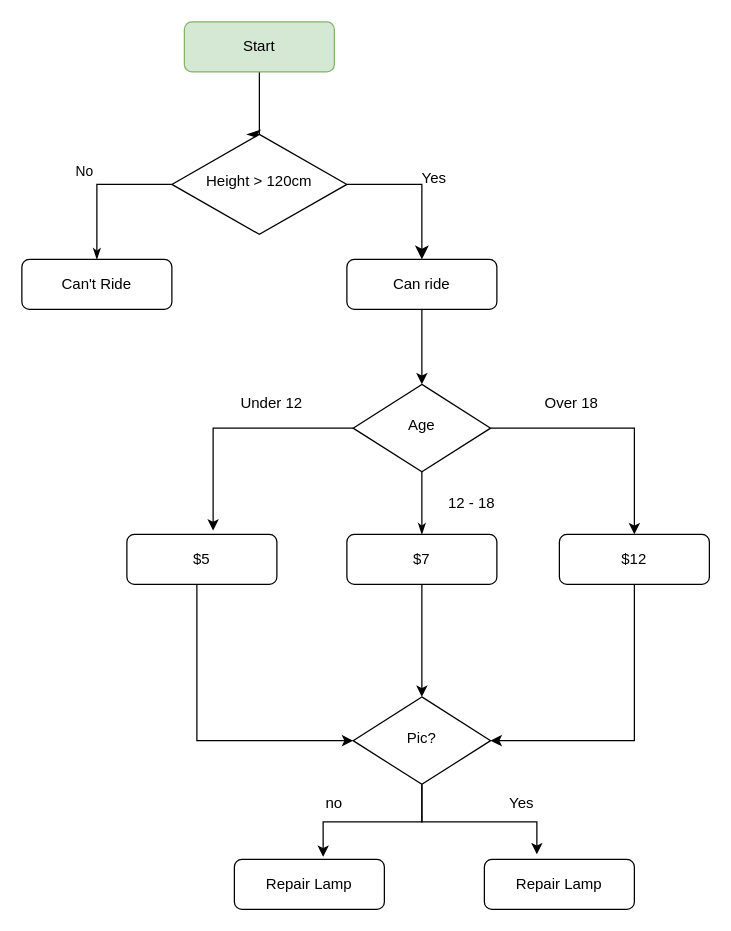
Earlier version of the draw.io diagram Documents/valor da montanha russa.drawio (AruGarcia/100DaysOfCode). Source tidied: cells renumbered, new cells numbered last; positions are measured from the earlier drawing's top-left corner, leaving out a move shared by most shapes. Both pictures are drawn from the tidied source at 125%, with x=0, y=0 at pixel (21, 21).
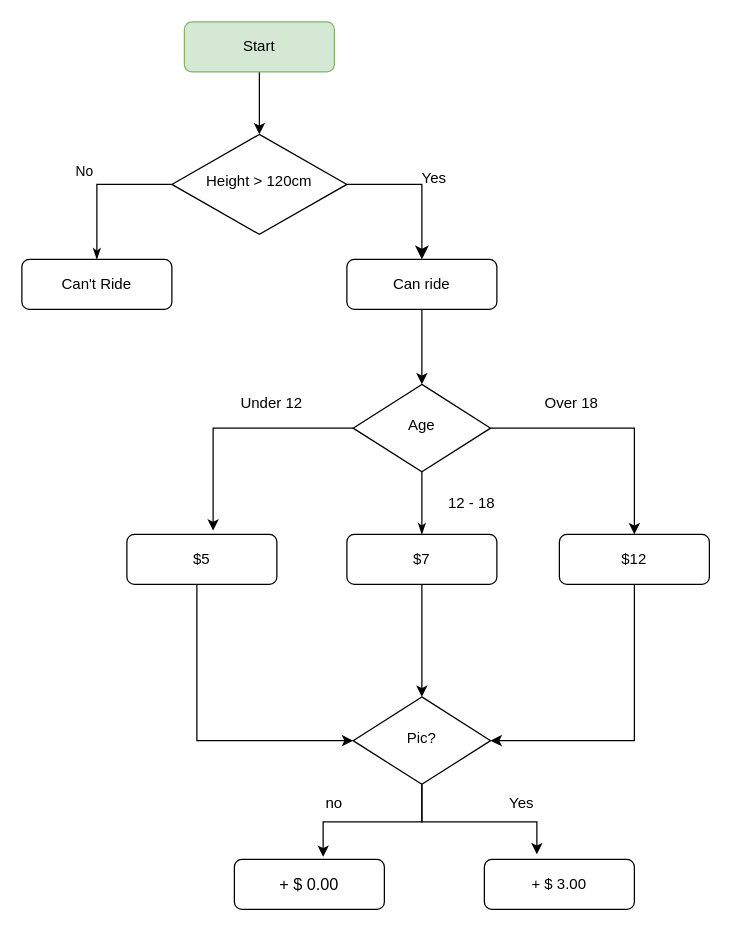
The same diagram, later.

Unchanged cells that the change refers to:
```xml
<mxCell id="3" value="Start" style="rounded=1;whiteSpace=wrap;html=1;fontSize=12;glass=0;strokeWidth=1;shadow=0;fillColor=#d5e8d4;strokeColor=#82b366;" parent="1" vertex="1">
  <mxGeometry x="130" width="120" height="40" as="geometry" />
</mxCell>
<mxCell id="5" value="Height &amp;gt; 120cm" style="rhombus;whiteSpace=wrap;html=1;shadow=0;fontFamily=Helvetica;fontSize=12;align=center;strokeWidth=1;spacing=6;spacingTop=-4;" parent="1" vertex="1">
  <mxGeometry x="120" y="90" width="140" height="80" as="geometry" />
</mxCell>
```

The edit, as a diff of the source:
```diff
@@
-    <mxCell id="2" style="rounded=0;html=1;jettySize=auto;fontSize=11;endArrow=classicThin;endFill=1;endSize=8;strokeWidth=1;shadow=0;labelBackgroundColor=none;edgeStyle=orthogonalEdgeStyle;" parent="1" edge="1" source="3">
-      <mxGeometry relative="1" as="geometry">
-        <mxPoint x="180" y="90" as="targetPoint" />
-        <Array as="points">
-          <mxPoint x="190" y="90" />
-        </Array>
-      </mxGeometry>
-    </mxCell>
+    <mxCell id="37" style="edgeStyle=orthogonalEdgeStyle;rounded=0;jettySize=auto;html=1;entryX=0.5;entryY=0;entryDx=0;entryDy=0;" parent="1" edge="1" source="3" target="5">
+      <mxGeometry relative="1" as="geometry" />
+    </mxCell>
@@
-    <mxCell id="20" value="Repair Lamp" style="rounded=1;whiteSpace=wrap;html=1;fontSize=12;glass=0;strokeWidth=1;shadow=0;" parent="1" vertex="1">
+    <mxCell id="20" value="&lt;font style=&quot;font-size: 13px;&quot;&gt;+ $ 0.00&lt;/font&gt;" style="rounded=1;whiteSpace=wrap;html=1;fontSize=12;glass=0;strokeWidth=1;shadow=0;" parent="1" vertex="1">
       <mxGeometry x="170" y="670" width="120" height="40" as="geometry" />
     </mxCell>
-    <mxCell id="21" value="Repair Lamp" style="rounded=1;whiteSpace=wrap;html=1;fontSize=12;glass=0;strokeWidth=1;shadow=0;" parent="1" vertex="1">
+    <mxCell id="21" value="+ $ 3.00" style="rounded=1;whiteSpace=wrap;html=1;fontSize=12;glass=0;strokeWidth=1;shadow=0;" parent="1" vertex="1">
       <mxGeometry x="370" y="670" width="120" height="40" as="geometry" />
     </mxCell>
```
